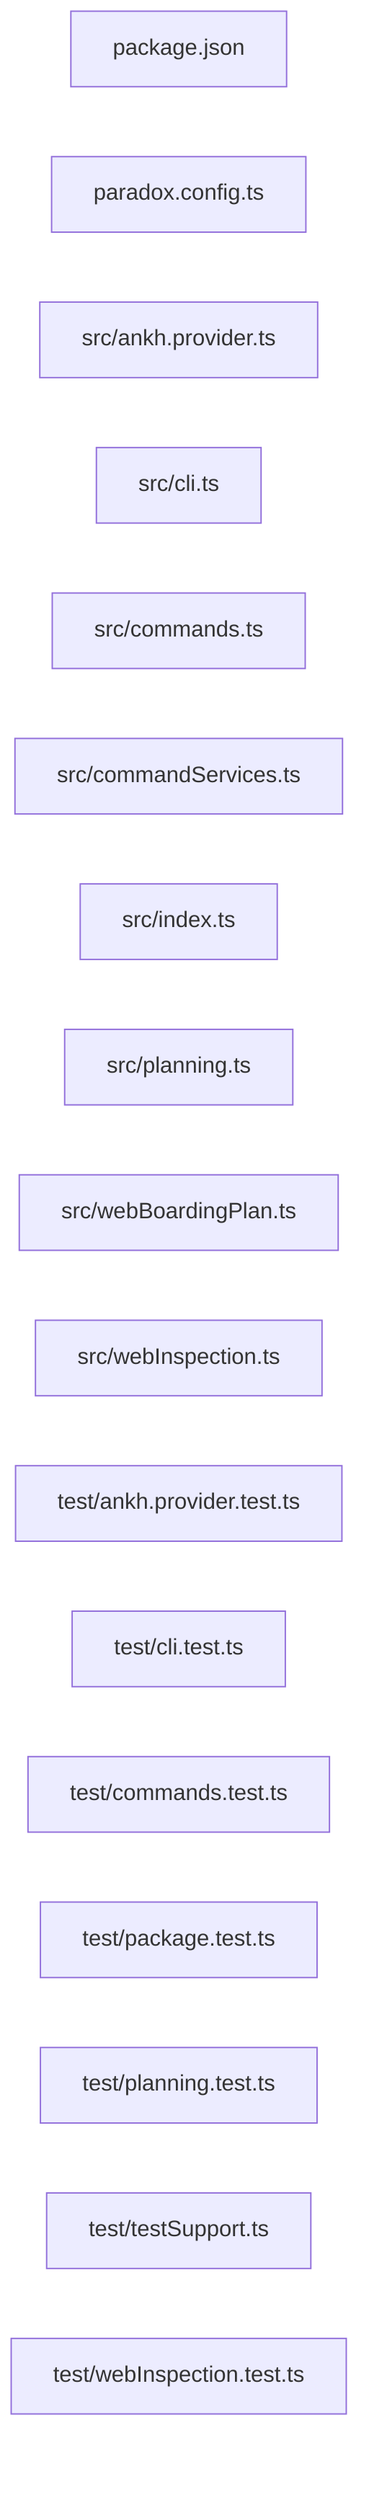
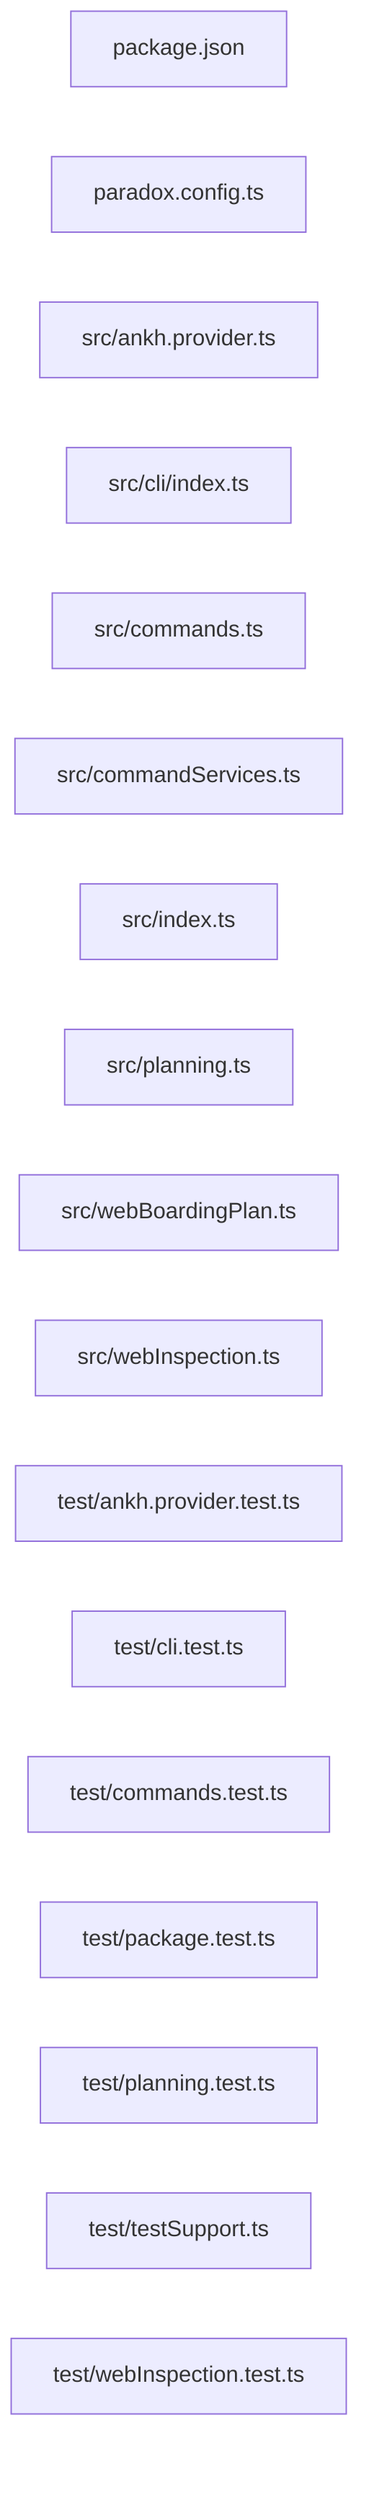
graph LR
  module_package_json["package.json"]
  module_paradox_config_ts["paradox.config.ts"]
  module_src_ankh_provider_ts["src/ankh.provider.ts"]
-   module_src_cli_ts["src/cli.ts"]
+   module_src_cli_index_ts["src/cli/index.ts"]
  module_src_commands_ts["src/commands.ts"]
  module_src_commandServices_ts["src/commandServices.ts"]
  module_src_index_ts["src/index.ts"]
  module_src_planning_ts["src/planning.ts"]
  module_src_webBoardingPlan_ts["src/webBoardingPlan.ts"]
  module_src_webInspection_ts["src/webInspection.ts"]
  module_test_ankh_provider_test_ts["test/ankh.provider.test.ts"]
  module_test_cli_test_ts["test/cli.test.ts"]
  module_test_commands_test_ts["test/commands.test.ts"]
  module_test_package_test_ts["test/package.test.ts"]
  module_test_planning_test_ts["test/planning.test.ts"]
  module_test_testSupport_ts["test/testSupport.ts"]
  module_test_webInspection_test_ts["test/webInspection.test.ts"]
